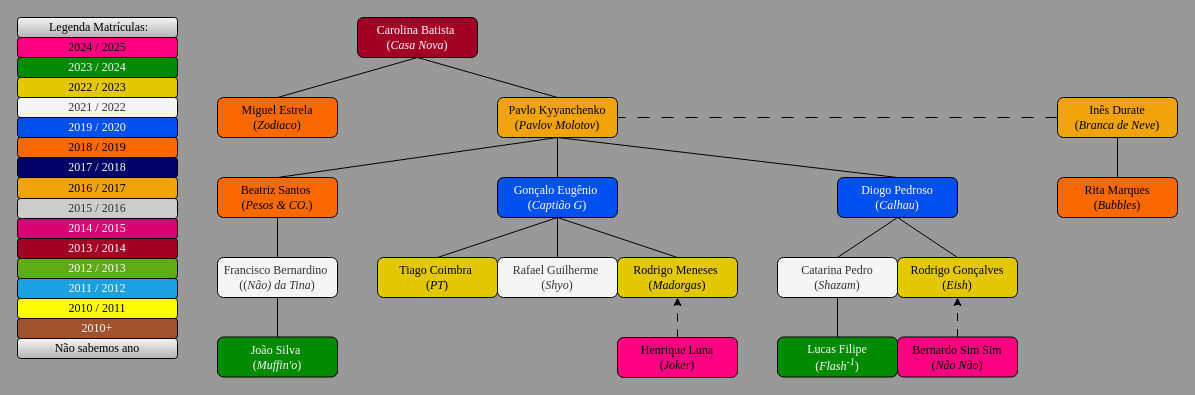
This is Draw.io/Familia_da_Carolina_Batista.drawio from pdmtmr/PDMTMRTESTLOCATION-AKA-ARBUSTO, a draw.io file, before an edit. Source tidied: cells renumbered, new cells numbered last; positions are measured from the earlier drawing's top-left corner, leaving out a move shared by most shapes. Both pictures are drawn from the tidied source at 100%, with x=0, y=0 at pixel (17, 17).
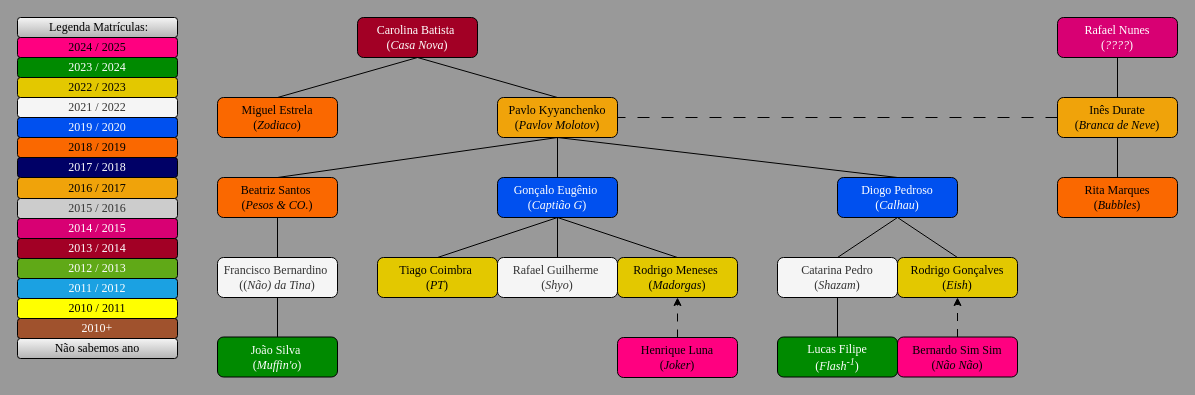
The same page after the edit.

Unchanged cells that the change refers to:
```xml
<mxCell id="27" value="&lt;div&gt;&lt;span style=&quot;background-color: initial;&quot;&gt;Inês Durate&lt;/span&gt;&lt;/div&gt;&lt;div&gt;&lt;span style=&quot;background-color: initial;&quot;&gt;(&lt;font&gt;&lt;i&gt;Branca de Neve&lt;/i&gt;&lt;/font&gt;&lt;/span&gt;&lt;span style=&quot;background-color: initial;&quot;&gt;)&lt;/span&gt;&lt;/div&gt;" style="rounded=1;whiteSpace=wrap;html=1;fillColor=#f0a30a;fontColor=#000000;strokeColor=#000000;fontFamily=Times New Roman;" parent="1" vertex="1">
  <mxGeometry x="1040" y="80" width="120" height="40" as="geometry" />
</mxCell>
```

What changed in the source:
```diff
@@
+    <mxCell id="54" style="endArrow=none;html=1;rounded=1;exitX=0.5;exitY=0;exitDx=0;exitDy=0;fontFamily=Times New Roman;strokeColor=#000000;entryX=0.5;entryY=1;entryDx=0;entryDy=0;" parent="1" edge="1" source="27" target="55">
+      <mxGeometry relative="1" as="geometry" />
+    </mxCell>
+    <mxCell id="55" value="&lt;div&gt;Rafael Nunes&lt;/div&gt;&lt;div&gt;(&lt;i&gt;&lt;font&gt;????&lt;/font&gt;&lt;/i&gt;)&lt;/div&gt;" style="rounded=1;whiteSpace=wrap;html=1;fillColor=#d80073;labelBackgroundColor=none;fontColor=#ffffff;strokeColor=#000000;fontFamily=Times New Roman;" parent="1" vertex="1">
+      <mxGeometry x="1040" width="120" height="40" as="geometry" />
+    </mxCell>
```
